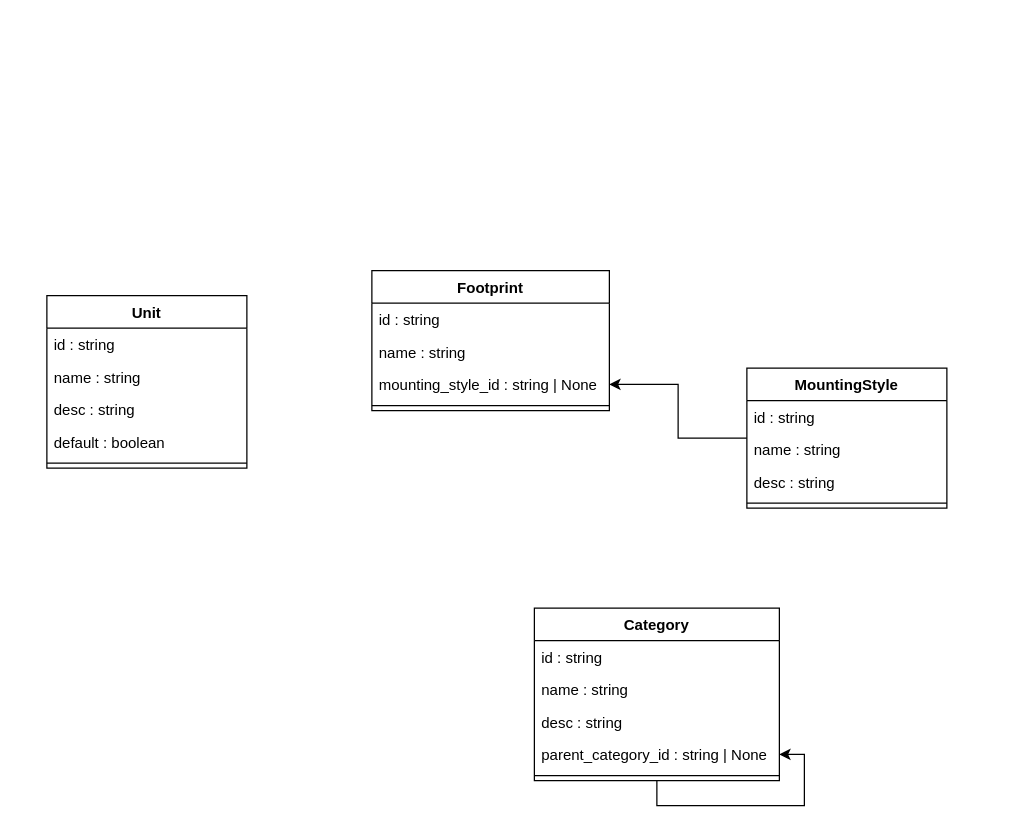
The draw.io diagram docs/elements-api.drawio in nils-ost/Inventory4Parts, before the edit. Source tidied: cells renumbered, new cells numbered last; positions are measured from the earlier drawing's top-left corner, leaving out a move shared by most shapes. Both pictures are drawn from the tidied source at 125%, with x=0, y=0 at pixel (46, 270).
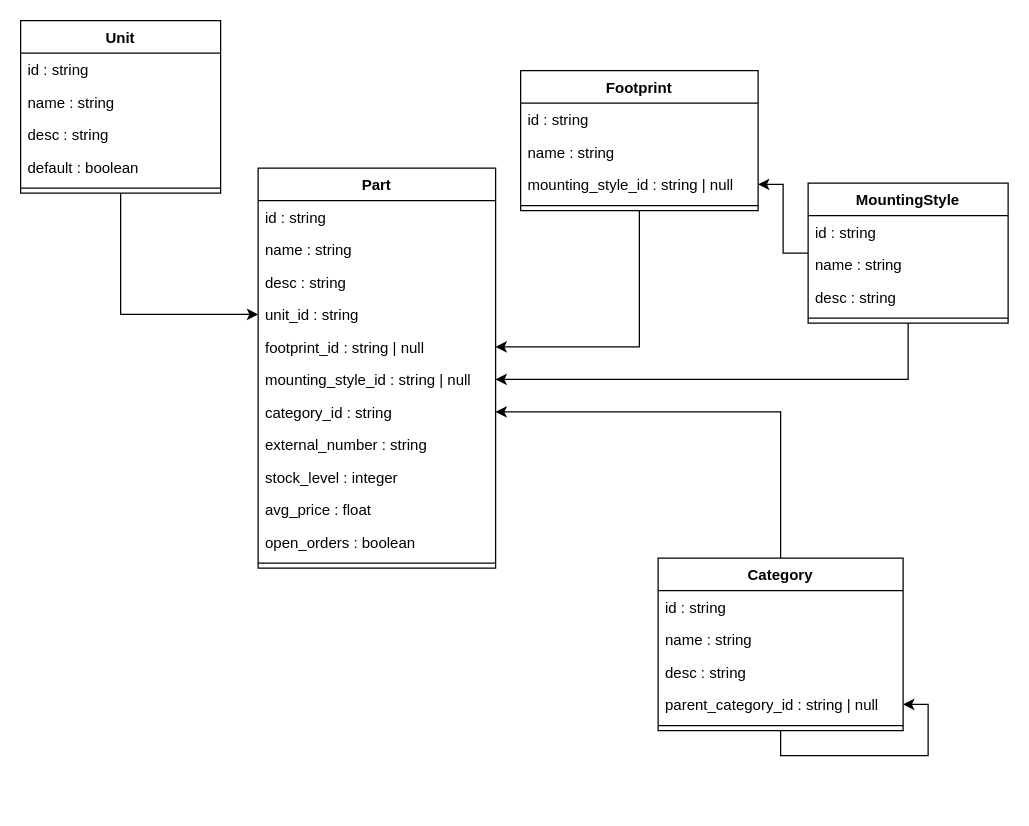
The same page after the edit.

The edit, as a diff of the source:
```diff
@@
+    <mxCell id="26" style="edgeStyle=orthogonalEdgeStyle;rounded=0;jettySize=auto;html=1;" parent="1" edge="1" source="2" target="36">
+      <mxGeometry relative="1" as="geometry" />
+    </mxCell>
     <mxCell id="2" value="MountingStyle" style="swimlane;fontStyle=1;align=center;verticalAlign=top;horizontal=1;startSize=26;" parent="1" vertex="1">
-      <mxGeometry x="560" y="78" width="160" height="112" as="geometry" />
+      <mxGeometry x="609" y="-70" width="160" height="112" as="geometry" />
     </mxCell>
@@
+    <mxCell id="27" style="edgeStyle=orthogonalEdgeStyle;rounded=0;jettySize=auto;html=1;" parent="1" edge="1" source="7" target="35">
+      <mxGeometry relative="1" as="geometry" />
+    </mxCell>
     <mxCell id="7" value="Footprint" style="swimlane;fontStyle=1;align=center;verticalAlign=top;horizontal=1;startSize=26;" parent="1" vertex="1">
-      <mxGeometry x="260" width="190" height="112" as="geometry" />
+      <mxGeometry x="379" y="-160" width="190" height="112" as="geometry" />
     </mxCell>
@@
-    <mxCell id="10" value="mounting_style_id : string | None" style="text;strokeColor=none;fillColor=none;align=left;verticalAlign=top;spacingLeft=4;spacingRight=4;overflow=hidden;points=[[0,0.5],[1,0.5]];portConstraint=eastwest;" parent="7" vertex="1">
+    <mxCell id="10" value="mounting_style_id : string | null" style="text;strokeColor=none;fillColor=none;align=left;verticalAlign=top;spacingLeft=4;spacingRight=4;overflow=hidden;points=[[0,0.5],[1,0.5]];portConstraint=eastwest;" parent="7" vertex="1">
       <mxGeometry y="78" width="190" height="26" as="geometry" />
     </mxCell>
@@
+    <mxCell id="28" style="edgeStyle=orthogonalEdgeStyle;rounded=0;jettySize=auto;html=1;" parent="1" edge="1" source="13" target="37">
+      <mxGeometry relative="1" as="geometry" />
+    </mxCell>
     <mxCell id="13" value="Category" style="swimlane;fontStyle=1;align=center;verticalAlign=top;horizontal=1;startSize=26;" parent="1" vertex="1">
-      <mxGeometry x="390" y="270" width="196" height="138" as="geometry" />
+      <mxGeometry x="489" y="230" width="196" height="138" as="geometry" />
     </mxCell>
@@
-    <mxCell id="17" value="parent_category_id : string | None" style="text;strokeColor=none;fillColor=none;align=left;verticalAlign=top;spacingLeft=4;spacingRight=4;overflow=hidden;points=[[0,0.5],[1,0.5]];portConstraint=eastwest;" parent="13" vertex="1">
+    <mxCell id="17" value="parent_category_id : string | null" style="text;strokeColor=none;fillColor=none;align=left;verticalAlign=top;spacingLeft=4;spacingRight=4;overflow=hidden;points=[[0,0.5],[1,0.5]];portConstraint=eastwest;" parent="13" vertex="1">
       <mxGeometry y="104" width="196" height="26" as="geometry" />
     </mxCell>
@@
+    <mxCell id="29" style="edgeStyle=orthogonalEdgeStyle;rounded=0;jettySize=auto;html=1;" parent="1" edge="1" source="20" target="34">
+      <mxGeometry relative="1" as="geometry" />
+    </mxCell>
     <mxCell id="20" value="Unit" style="swimlane;fontStyle=1;align=center;verticalAlign=top;horizontal=1;startSize=26;" parent="1" vertex="1">
-      <mxGeometry y="20" width="160" height="138" as="geometry" />
+      <mxGeometry x="-21" y="-200" width="160" height="138" as="geometry" />
     </mxCell>
@@
+    <mxCell id="30" value="Part" style="swimlane;fontStyle=1;align=center;verticalAlign=top;horizontal=1;startSize=26;" parent="1" vertex="1">
+      <mxGeometry x="169" y="-82" width="190" height="320" as="geometry" />
+    </mxCell>
+    <mxCell id="31" value="id : string" style="text;strokeColor=none;fillColor=none;align=left;verticalAlign=top;spacingLeft=4;spacingRight=4;overflow=hidden;" parent="30" vertex="1">
+      <mxGeometry y="26" width="190" height="26" as="geometry" />
+    </mxCell>
+    <mxCell id="32" value="name : string" style="text;strokeColor=none;fillColor=none;align=left;verticalAlign=top;spacingLeft=4;spacingRight=4;overflow=hidden;" parent="30" vertex="1">
+      <mxGeometry y="52" width="190" height="26" as="geometry" />
+    </mxCell>
+    <mxCell id="33" value="desc : string" style="text;strokeColor=none;fillColor=none;align=left;verticalAlign=top;spacingLeft=4;spacingRight=4;overflow=hidden;" parent="30" vertex="1">
+      <mxGeometry y="78" width="190" height="26" as="geometry" />
+    </mxCell>
+    <mxCell id="34" value="unit_id : string" style="text;strokeColor=none;fillColor=none;align=left;verticalAlign=top;spacingLeft=4;spacingRight=4;overflow=hidden;points=[[0,0.5],[1,0.5]];portConstraint=eastwest;" parent="30" vertex="1">
+      <mxGeometry y="104" width="190" height="26" as="geometry" />
+    </mxCell>
+    <mxCell id="35" value="footprint_id : string | null" style="text;strokeColor=none;fillColor=none;align=left;verticalAlign=top;spacingLeft=4;spacingRight=4;overflow=hidden;points=[[0,0.5],[1,0.5]];portConstraint=eastwest;" parent="30" vertex="1">
+      <mxGeometry y="130" width="190" height="26" as="geometry" />
+    </mxCell>
+    <mxCell id="36" value="mounting_style_id : string | null" style="text;strokeColor=none;fillColor=none;align=left;verticalAlign=top;spacingLeft=4;spacingRight=4;overflow=hidden;points=[[0,0.5],[1,0.5]];portConstraint=eastwest;" parent="30" vertex="1">
+      <mxGeometry y="156" width="190" height="26" as="geometry" />
+    </mxCell>
+    <mxCell id="37" value="category_id : string" style="text;strokeColor=none;fillColor=none;align=left;verticalAlign=top;spacingLeft=4;spacingRight=4;overflow=hidden;points=[[0,0.5],[1,0.5]];portConstraint=eastwest;" parent="30" vertex="1">
+      <mxGeometry y="182" width="190" height="26" as="geometry" />
+    </mxCell>
+    <mxCell id="38" value="external_number : string" style="text;strokeColor=none;fillColor=none;align=left;verticalAlign=top;spacingLeft=4;spacingRight=4;overflow=hidden;" parent="30" vertex="1">
+      <mxGeometry y="208" width="190" height="26" as="geometry" />
+    </mxCell>
+    <mxCell id="39" value="stock_level : integer" style="text;strokeColor=none;fillColor=none;align=left;verticalAlign=top;spacingLeft=4;spacingRight=4;overflow=hidden;" parent="30" vertex="1">
+      <mxGeometry y="234" width="190" height="26" as="geometry" />
+    </mxCell>
+    <mxCell id="40" value="avg_price : float" style="text;strokeColor=none;fillColor=none;align=left;verticalAlign=top;spacingLeft=4;spacingRight=4;overflow=hidden;" parent="30" vertex="1">
+      <mxGeometry y="260" width="190" height="26" as="geometry" />
+    </mxCell>
+    <mxCell id="41" value="open_orders : boolean" style="text;strokeColor=none;fillColor=none;align=left;verticalAlign=top;spacingLeft=4;spacingRight=4;overflow=hidden;" parent="30" vertex="1">
+      <mxGeometry y="286" width="190" height="26" as="geometry" />
+    </mxCell>
+    <mxCell id="42" style="line;strokeWidth=1;fillColor=none;align=left;verticalAlign=middle;spacingTop=-1;spacingLeft=3;spacingRight=3;labelPosition=right;" parent="30" vertex="1">
+      <mxGeometry y="312" width="190" height="8" as="geometry" />
+    </mxCell>
```
